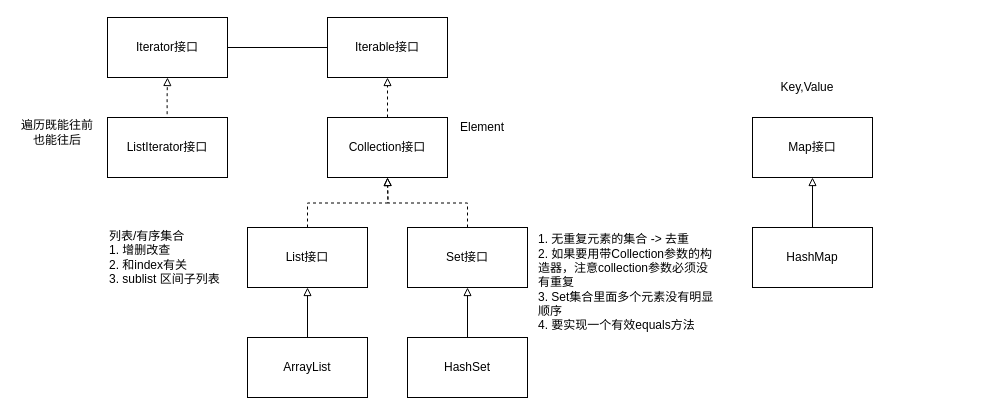
zhangge208/LearningJava keeps this draw.io diagram as collections.drawio. Above is the earlier version. Source tidied: cells renumbered, new cells numbered last; positions are measured from the earlier drawing's top-left corner, leaving out a move shared by most shapes. Both pictures are drawn from the tidied source at 100%, with x=0, y=0 at pixel (17, 17).
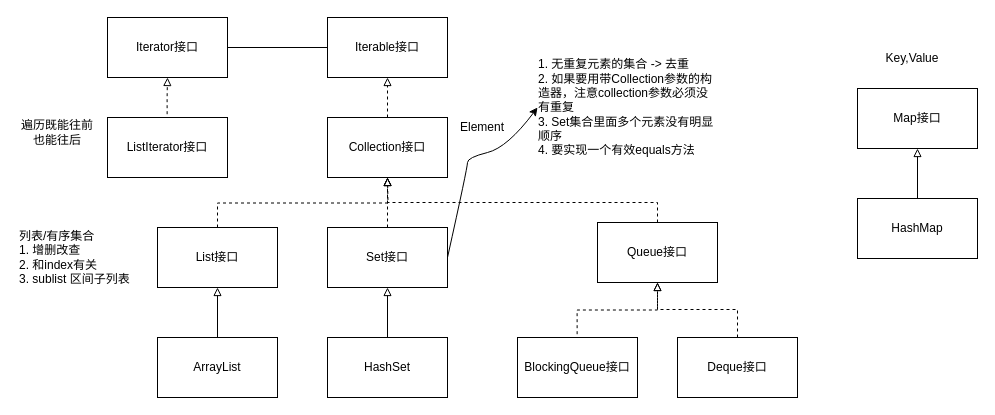
The same diagram, later.

What changed in the source:
```diff
@@
     <mxCell id="4" value="Map接口" style="rounded=0;whiteSpace=wrap;html=1;" parent="1" vertex="1">
-      <mxGeometry x="735" y="100" width="120" height="60" as="geometry" />
+      <mxGeometry x="840" y="71" width="120" height="60" as="geometry" />
     </mxCell>
@@
     <mxCell id="6" value="Key,Value" style="text;html=1;strokeColor=none;fillColor=none;align=center;verticalAlign=middle;whiteSpace=wrap;rounded=0;" parent="1" vertex="1">
-      <mxGeometry x="755" y="60" width="70" height="20" as="geometry" />
+      <mxGeometry x="860" y="31" width="70" height="20" as="geometry" />
     </mxCell>
     <mxCell id="7" value="List接口" style="rounded=0;whiteSpace=wrap;html=1;" parent="1" vertex="1">
-      <mxGeometry x="230" y="210" width="120" height="60" as="geometry" />
+      <mxGeometry x="140" y="210" width="120" height="60" as="geometry" />
     </mxCell>
     <mxCell id="8" value="Set接口" style="rounded=0;whiteSpace=wrap;html=1;" parent="1" vertex="1">
-      <mxGeometry x="390" y="210" width="120" height="60" as="geometry" />
+      <mxGeometry x="310" y="210" width="120" height="60" as="geometry" />
     </mxCell>
@@
     <mxCell id="10" value="HashMap" style="rounded=0;whiteSpace=wrap;html=1;" parent="1" vertex="1">
-      <mxGeometry x="735" y="210" width="120" height="60" as="geometry" />
+      <mxGeometry x="840" y="181" width="120" height="60" as="geometry" />
     </mxCell>
@@
     <mxCell id="12" value="HashSet" style="rounded=0;whiteSpace=wrap;html=1;" parent="1" vertex="1">
-      <mxGeometry x="390" y="320" width="120" height="60" as="geometry" />
+      <mxGeometry x="310" y="320" width="120" height="60" as="geometry" />
     </mxCell>
     <mxCell id="13" style="endArrow=block;endFill=0;shadow=0;strokeWidth=1;rounded=0;edgeStyle=orthogonalEdgeStyle;elbow=vertical;exitX=0.5;exitY=0;exitDx=0;exitDy=0;" parent="1" edge="1" source="12">
       <mxGeometry relative="1" as="geometry">
-        <mxPoint x="450" y="270" as="targetPoint" />
+        <mxPoint x="370" y="270" as="targetPoint" />
       </mxGeometry>
     </mxCell>
     <mxCell id="14" value="ArrayList" style="rounded=0;whiteSpace=wrap;html=1;" parent="1" vertex="1">
-      <mxGeometry x="230" y="320" width="120" height="60" as="geometry" />
+      <mxGeometry x="140" y="320" width="120" height="60" as="geometry" />
     </mxCell>
     <mxCell id="15" style="endArrow=block;endFill=0;shadow=0;strokeWidth=1;rounded=0;edgeStyle=orthogonalEdgeStyle;elbow=vertical;exitX=0.5;exitY=0;exitDx=0;exitDy=0;entryX=0.5;entryY=1;entryDx=0;entryDy=0;" parent="1" edge="1" source="14">
       <mxGeometry relative="1" as="geometry">
-        <mxPoint x="290" y="270" as="targetPoint" />
+        <mxPoint x="200" y="270" as="targetPoint" />
       </mxGeometry>
     </mxCell>
@@
     <mxCell id="20" value="列表/有序集合&lt;br&gt;1. 增删改查&lt;br&gt;2. 和index有关&lt;br&gt;3. sublist 区间子列表" style="text;html=1;strokeColor=none;fillColor=none;align=left;verticalAlign=middle;whiteSpace=wrap;rounded=0;" parent="1" vertex="1">
-      <mxGeometry x="90" y="215" width="140" height="50" as="geometry" />
+      <mxGeometry y="215" width="140" height="50" as="geometry" />
     </mxCell>
@@
     <mxCell id="24" value="&lt;p style=&quot;text-align: left;&quot;&gt;&lt;font style=&quot;font-size: 12px;&quot;&gt;&lt;span style=&quot;background-color: initial;&quot;&gt;1. 无重复元素的集合 -&amp;gt; 去重&lt;br&gt;&lt;/span&gt;&lt;span style=&quot;background-color: initial;&quot;&gt;2. 如果要用带Collection参数的构造器，注意collection参数必须没有重复&lt;br&gt;&lt;/span&gt;&lt;span style=&quot;background-color: initial;&quot;&gt;3. Set集合里面多个元素没有明显顺序&lt;br&gt;&lt;/span&gt;&lt;span style=&quot;background-color: initial;&quot;&gt;4. 要实现一个有效equals方法&lt;/span&gt;&lt;/font&gt;&lt;/p&gt;" style="text;html=1;strokeColor=none;fillColor=none;align=center;verticalAlign=middle;whiteSpace=wrap;rounded=0;" parent="1" vertex="1">
-      <mxGeometry x="520" y="210" width="180" height="110" as="geometry" />
+      <mxGeometry x="520" y="35" width="180" height="110" as="geometry" />
     </mxCell>
+    <mxCell id="25" style="endArrow=block;endFill=0;shadow=0;strokeWidth=1;rounded=0;edgeStyle=orthogonalEdgeStyle;elbow=vertical;dashed=1;exitX=0.5;exitY=0;exitDx=0;exitDy=0;" parent="1" edge="1" source="26">
+      <mxGeometry relative="1" as="geometry">
+        <mxPoint x="370" y="160" as="targetPoint" />
+        <Array as="points">
+          <mxPoint x="640" y="185" />
+          <mxPoint x="370" y="185" />
+        </Array>
+      </mxGeometry>
+    </mxCell>
+    <mxCell id="26" value="Queue接口" style="rounded=0;whiteSpace=wrap;html=1;" parent="1" vertex="1">
+      <mxGeometry x="580" y="205" width="120" height="60" as="geometry" />
+    </mxCell>
+    <mxCell id="27" style="curved=1;endArrow=classic;html=1;rounded=0;fontFamily=Helvetica;fontSize=12;elbow=vertical;exitX=1;exitY=0.5;exitDx=0;exitDy=0;entryX=0;entryY=0.5;entryDx=0;entryDy=0;" parent="1" edge="1" source="8" target="24">
+      <mxGeometry relative="1" as="geometry">
+        <Array as="points">
+          <mxPoint x="450" y="150" />
+          <mxPoint x="450" y="140" />
+          <mxPoint x="490" y="130" />
+        </Array>
+      </mxGeometry>
+    </mxCell>
+    <mxCell id="28" value="BlockingQueue接口" style="rounded=0;whiteSpace=wrap;html=1;" parent="1" vertex="1">
+      <mxGeometry x="500" y="320" width="120" height="60" as="geometry" />
+    </mxCell>
+    <mxCell id="29" style="endArrow=block;endFill=0;shadow=0;strokeWidth=1;rounded=0;edgeStyle=orthogonalEdgeStyle;elbow=vertical;dashed=1;entryX=0.5;entryY=1;entryDx=0;entryDy=0;exitX=0.497;exitY=-0.055;exitDx=0;exitDy=0;exitPerimeter=0;" parent="1" edge="1" source="28" target="26">
+      <mxGeometry relative="1" as="geometry" />
+    </mxCell>
+    <mxCell id="30" value="Deque接口" style="rounded=0;whiteSpace=wrap;html=1;" parent="1" vertex="1">
+      <mxGeometry x="660" y="320" width="120" height="60" as="geometry" />
+    </mxCell>
+    <mxCell id="31" style="endArrow=block;endFill=0;shadow=0;strokeWidth=1;rounded=0;edgeStyle=elbowEdgeStyle;dashed=1;elbow=vertical;exitX=0.5;exitY=0;exitDx=0;exitDy=0;entryX=0.5;entryY=1;entryDx=0;entryDy=0;" parent="1" edge="1" source="30" target="26">
+      <mxGeometry relative="1" as="geometry">
+        <Array as="points">
+          <mxPoint x="670" y="292" />
+        </Array>
+      </mxGeometry>
+    </mxCell>
```
